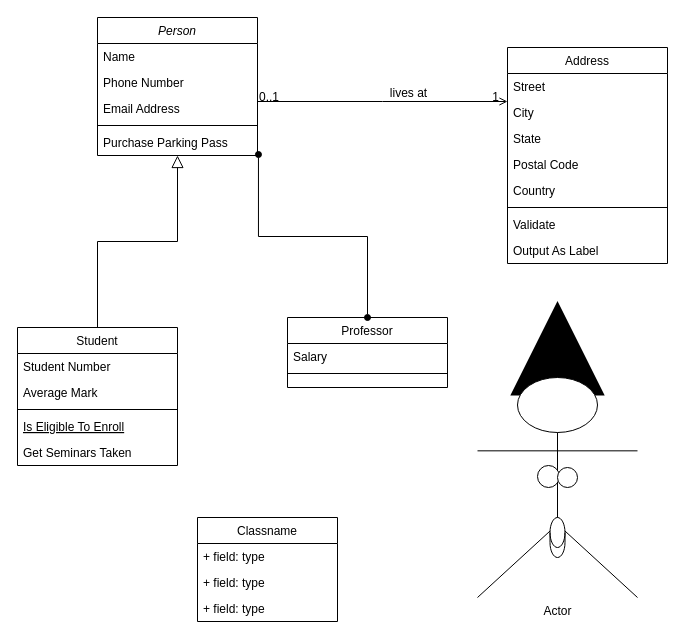
Earlier version of the draw.io diagram Unbenanntes Diagramm.drawio (andrinnn6789/FootballAdministrationsApp). Source tidied: cells renumbered, new cells numbered last; positions are measured from the earlier drawing's top-left corner, leaving out a move shared by most shapes. Both pictures are drawn from the tidied source at 100%, with x=0, y=0 at pixel (17, 17).
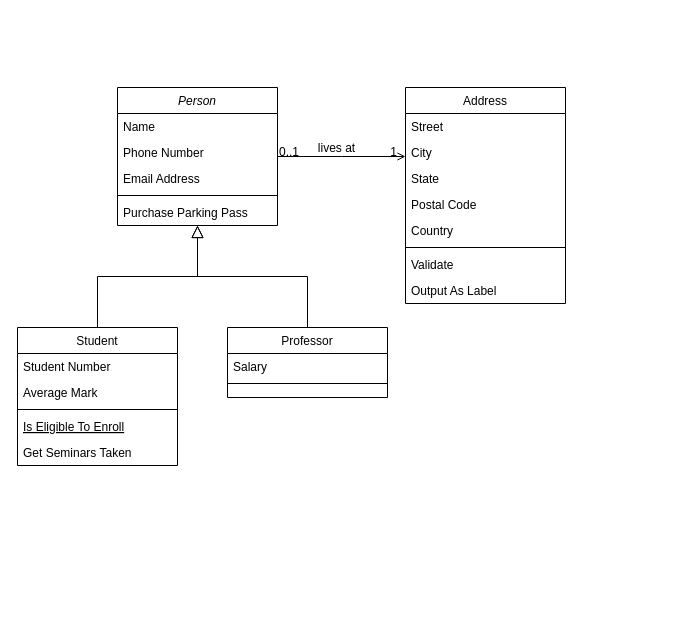
The same diagram, later.

Unchanged cells that the change refers to:
```xml
<mxCell id="7" value="Purchase Parking Pass" style="text;align=left;verticalAlign=top;spacingLeft=4;spacingRight=4;overflow=hidden;points=[[0,0.5],[1,0.5]];portConstraint=eastwest;" parent="2" vertex="1">
  <mxGeometry y="112" width="160" height="26" as="geometry" />
</mxCell>
```

Diff of the diagram source:
```diff
@@
     <mxCell id="2" value="Person" style="swimlane;fontStyle=2;align=center;verticalAlign=top;horizontal=1;startSize=26;rounded=0;shadow=0;strokeWidth=1;" parent="1" vertex="1">
-      <mxGeometry x="80" width="160" height="138" as="geometry" />
+      <mxGeometry x="100" y="70" width="160" height="138" as="geometry" />
     </mxCell>
@@
     <mxCell id="15" value="Professor" style="swimlane;fontStyle=0;align=center;verticalAlign=top;horizontal=1;startSize=26;rounded=0;shadow=0;strokeWidth=1;" parent="1" vertex="1">
-      <mxGeometry x="270" y="300" width="160" height="70" as="geometry" />
+      <mxGeometry x="210" y="310" width="160" height="70" as="geometry" />
     </mxCell>
@@
-    <mxCell id="18" style="endArrow=oval;endFill=1;shadow=0;strokeWidth=1;rounded=0;edgeStyle=elbowEdgeStyle;elbow=vertical;entryX=1.006;entryY=0.962;entryDx=0;entryDy=0;entryPerimeter=0;startArrow=oval;startFill=1;" parent="1" edge="1" source="15" target="7">
+    <mxCell id="18" style="endArrow=block;endSize=10;endFill=0;shadow=0;strokeWidth=1;rounded=0;edgeStyle=elbowEdgeStyle;elbow=vertical;" parent="1" edge="1" source="15" target="2">
       <mxGeometry relative="1" as="geometry" />
     </mxCell>
     <mxCell id="19" value="Address" style="swimlane;fontStyle=0;align=center;verticalAlign=top;horizontal=1;startSize=26;rounded=0;shadow=0;strokeWidth=1;" parent="1" vertex="1">
-      <mxGeometry x="490" y="30" width="160" height="216" as="geometry" />
+      <mxGeometry x="388" y="70" width="160" height="216" as="geometry" />
     </mxCell>
@@
-    <mxCell id="32" style="triangle;whiteSpace=wrap;html=1;direction=north;strokeWidth=46;" parent="1" vertex="1">
-      <mxGeometry x="530" y="335" width="20" height="20" as="geometry" />
-    </mxCell>
-    <mxCell id="33" value="Actor" style="shape=umlActor;verticalLabelPosition=bottom;verticalAlign=top;html=1;strokeWidth=1;" parent="1" vertex="1">
-      <mxGeometry x="460" y="360" width="160" height="220" as="geometry" />
-    </mxCell>
-    <mxCell id="34" style="edgeStyle=isometricEdgeStyle;rounded=0;orthogonalLoop=1;jettySize=auto;html=1;exitX=1;exitY=0.5;exitDx=0;exitDy=0;elbow=vertical;" parent="1" edge="1" source="32" target="32">
-      <mxGeometry relative="1" as="geometry" />
-    </mxCell>
-    <mxCell id="35" style="edgeStyle=isometricEdgeStyle;rounded=0;orthogonalLoop=1;jettySize=auto;html=1;exitX=0.5;exitY=0;exitDx=0;exitDy=0;elbow=vertical;" parent="1" edge="1" source="32" target="32">
-      <mxGeometry relative="1" as="geometry" />
-    </mxCell>
-    <mxCell id="36" style="edgeStyle=isometricEdgeStyle;rounded=0;orthogonalLoop=1;jettySize=auto;html=1;exitX=1;exitY=0.5;exitDx=0;exitDy=0;elbow=vertical;" parent="1" edge="1" source="32" target="32">
-      <mxGeometry relative="1" as="geometry" />
-    </mxCell>
-    <mxCell id="37" style="ellipse;whiteSpace=wrap;html=1;strokeWidth=1;" parent="1" vertex="1">
-      <mxGeometry x="520" y="448" width="22" height="22" as="geometry" />
-    </mxCell>
-    <mxCell id="38" style="ellipse;whiteSpace=wrap;html=1;strokeWidth=1;" parent="1" vertex="1">
-      <mxGeometry x="540" y="450" width="20" height="20" as="geometry" />
-    </mxCell>
-    <mxCell id="39" style="shape=cylinder3;whiteSpace=wrap;html=1;boundedLbl=1;backgroundOutline=1;size=15;strokeWidth=1;" parent="1" vertex="1">
-      <mxGeometry x="532.5" y="500" width="15" height="40" as="geometry" />
-    </mxCell>
-    <mxCell id="40" value="Classname" style="swimlane;fontStyle=0;horizontal=1;startSize=26;fillColor=none;strokeWidth=1;" parent="1" vertex="1">
-      <mxGeometry x="180" y="500" width="140" height="104" as="geometry" />
-    </mxCell>
-    <mxCell id="41" value="+ field: type" style="text;strokeColor=none;fillColor=none;align=left;verticalAlign=top;spacingLeft=4;spacingRight=4;overflow=hidden;" parent="40" vertex="1">
-      <mxGeometry y="26" width="140" height="26" as="geometry" />
-    </mxCell>
-    <mxCell id="42" value="+ field: type" style="text;strokeColor=none;fillColor=none;align=left;verticalAlign=top;spacingLeft=4;spacingRight=4;overflow=hidden;" parent="40" vertex="1">
-      <mxGeometry y="52" width="140" height="26" as="geometry" />
-    </mxCell>
-    <mxCell id="43" value="+ field: type" style="text;strokeColor=none;fillColor=none;align=left;verticalAlign=top;spacingLeft=4;spacingRight=4;overflow=hidden;" parent="40" vertex="1">
-      <mxGeometry y="78" width="140" height="26" as="geometry" />
-    </mxCell>
```
